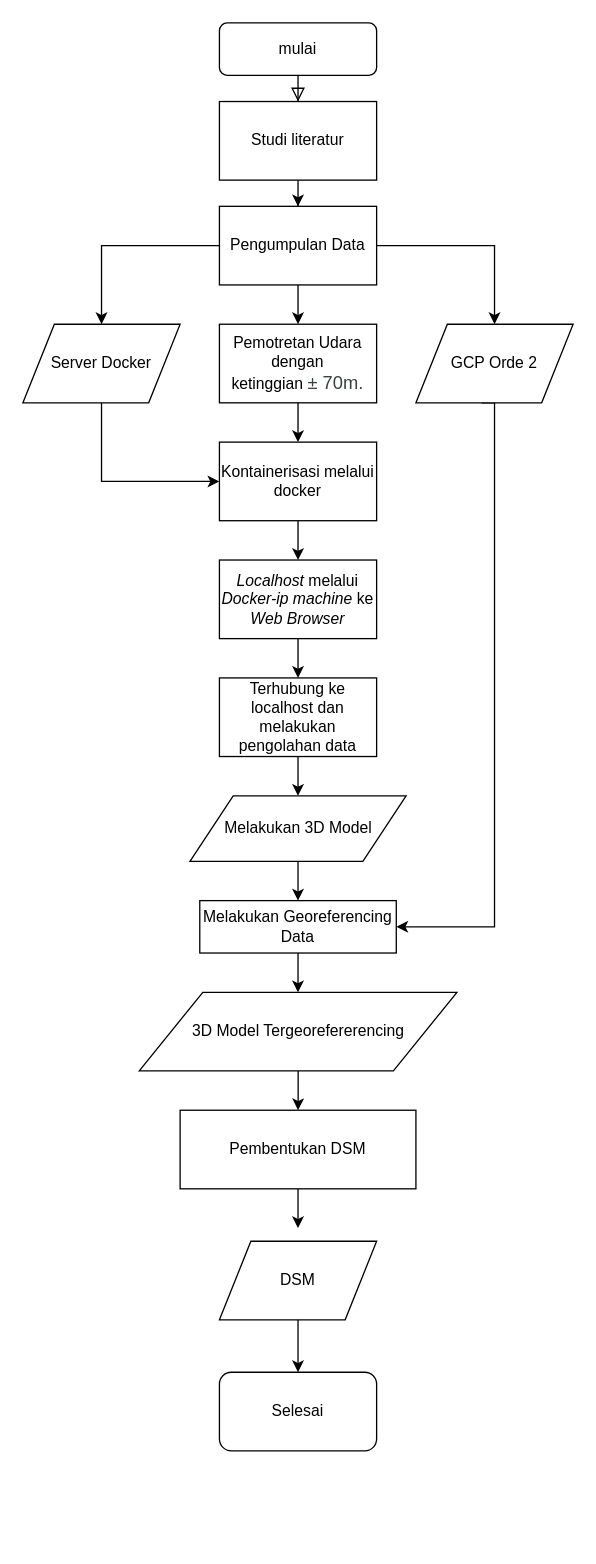
Before: Untitled Diagram.drawio in marshallalkarim/hello-world, a draw.io diagram. Source tidied: cells renumbered, new cells numbered last; positions are measured from the earlier drawing's top-left corner, leaving out a move shared by most shapes. Both pictures are drawn from the tidied source at 131%, with x=0, y=0 at pixel (22, 22).
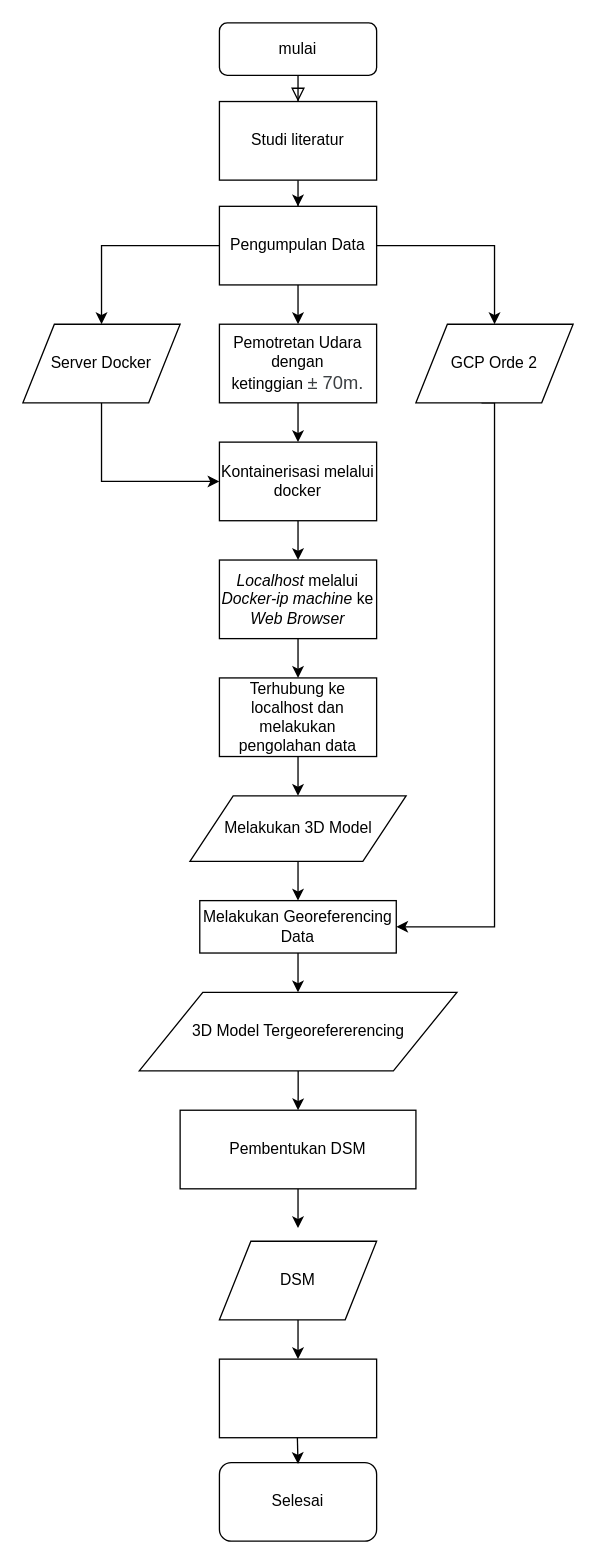
The same diagram, later.

The change refers to these unchanged cells:
```xml
<mxCell id="31" value="DSM" style="shape=parallelogram;perimeter=parallelogramPerimeter;whiteSpace=wrap;html=1;" parent="1" vertex="1">
  <mxGeometry x="150" y="930" width="120" height="60" as="geometry" />
</mxCell>
```

Change to the diagram source:
```diff
@@
     <mxCell id="30" style="edgeStyle=orthogonalEdgeStyle;rounded=0;jettySize=auto;html=1;" parent="1" edge="1" source="31">
       <mxGeometry relative="1" as="geometry">
-        <mxPoint x="210" y="1030" as="targetPoint" />
+        <mxPoint x="210" y="1020" as="targetPoint" />
       </mxGeometry>
     </mxCell>
@@
     <mxCell id="32" value="Selesai" style="rounded=1;whiteSpace=wrap;html=1;" parent="1" vertex="1">
-      <mxGeometry x="150" y="1030" width="120" height="60" as="geometry" />
+      <mxGeometry x="150" y="1099" width="120" height="60" as="geometry" />
     </mxCell>
+    <mxCell id="33" style="rounded=0;whiteSpace=wrap;html=1;" parent="1" vertex="1">
+      <mxGeometry x="150" y="1020" width="120" height="60" as="geometry" />
+    </mxCell>
+    <mxCell id="34" style="edgeStyle=orthogonalEdgeStyle;rounded=0;orthogonalLoop=1;jettySize=auto;html=1;" parent="1" edge="1">
+      <mxGeometry relative="1" as="geometry">
+        <mxPoint x="209.5" y="1080" as="sourcePoint" />
+        <mxPoint x="210" y="1100" as="targetPoint" />
+      </mxGeometry>
+    </mxCell>
```
